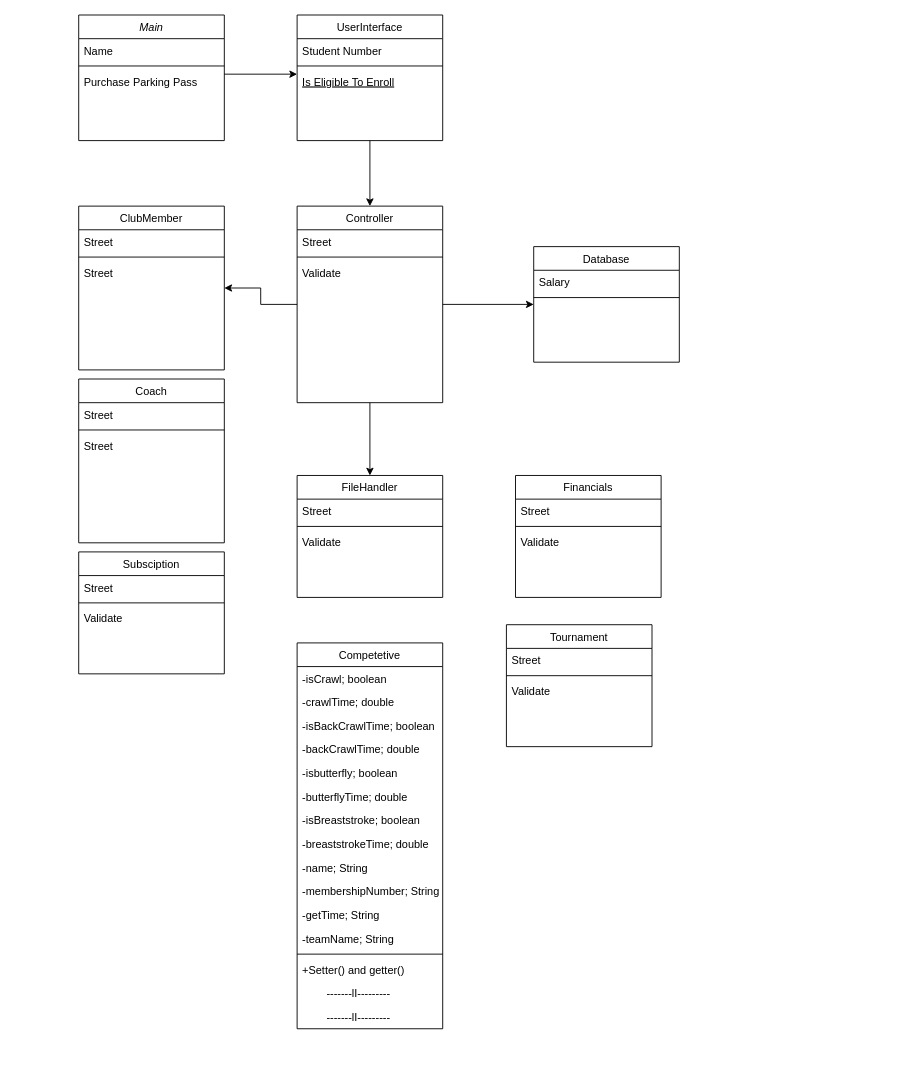
Above: VirksomhedsAnalyser/Delfine Klassediagram.drawio in Mathias-Thomsen/DelfinenProject (draw.io), before the change. Source tidied: cells renumbered, new cells numbered last; positions are measured from the earlier drawing's top-left corner, leaving out a move shared by most shapes. Both pictures are drawn from the tidied source at 91%, with x=0, y=0 at pixel (78, 15).
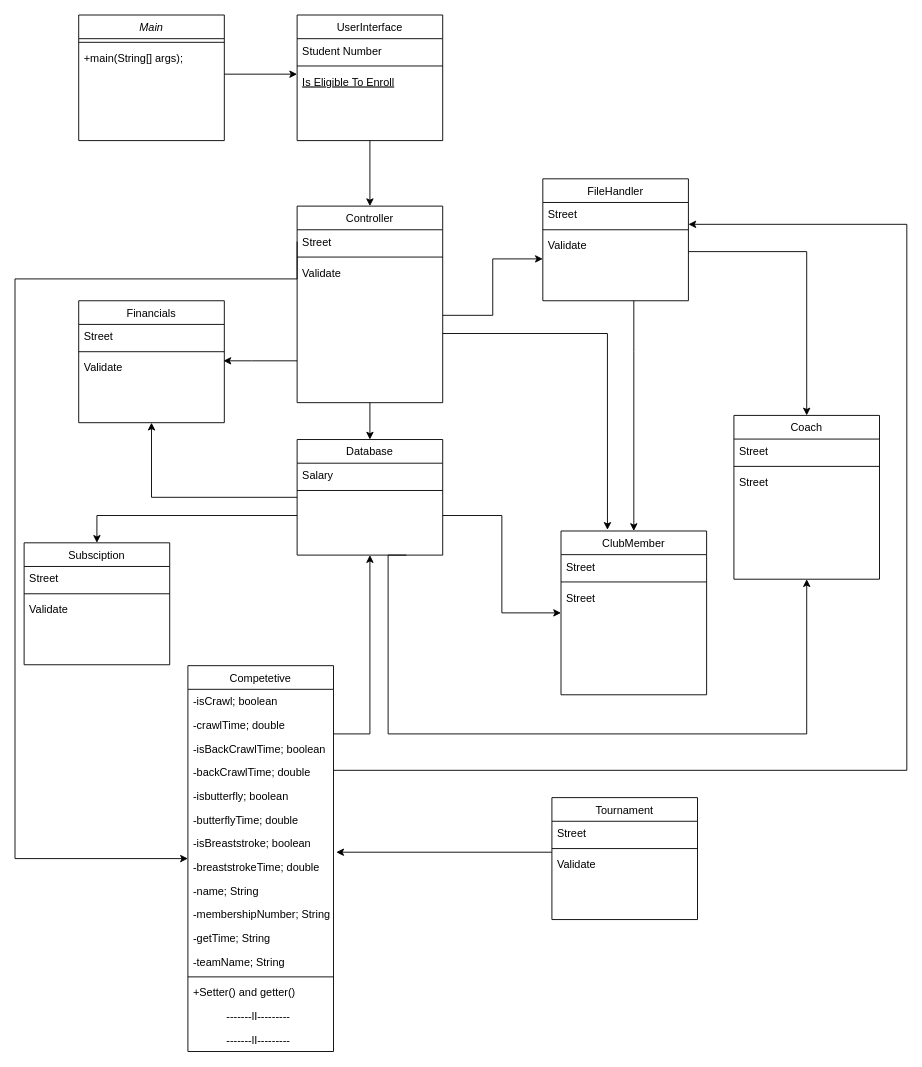
The same diagram, later.

Unchanged cells that the change refers to:
```xml
<mxCell id="2" value="Main" style="swimlane;fontStyle=2;align=center;verticalAlign=top;horizontal=1;startSize=26;rounded=0;shadow=0;strokeWidth=1;" parent="1" vertex="1">
  <mxGeometry width="160" height="138" as="geometry" />
</mxCell>
<mxCell id="17" value="Controller" style="swimlane;fontStyle=0;align=center;verticalAlign=top;horizontal=1;startSize=26;rounded=0;shadow=0;strokeWidth=1;" parent="1" vertex="1">
  <mxGeometry x="240" y="210" width="160" height="216" as="geometry" />
</mxCell>
<mxCell id="18" value="Street" style="text;align=left;verticalAlign=top;spacingLeft=4;spacingRight=4;overflow=hidden;points=[[0,0.5],[1,0.5]];portConstraint=eastwest;" parent="17" vertex="1">
  <mxGeometry y="26" width="160" height="26" as="geometry" />
</mxCell>
<mxCell id="29" value="Validate" style="text;align=left;verticalAlign=top;spacingLeft=4;spacingRight=4;overflow=hidden;points=[[0,0.5],[1,0.5]];portConstraint=eastwest;" parent="26" vertex="1">
  <mxGeometry y="60" width="160" height="26" as="geometry" />
</mxCell>
<mxCell id="33" value="Validate" style="text;align=left;verticalAlign=top;spacingLeft=4;spacingRight=4;overflow=hidden;points=[[0,0.5],[1,0.5]];portConstraint=eastwest;" parent="30" vertex="1">
  <mxGeometry y="60" width="160" height="26" as="geometry" />
</mxCell>
```

The edit, as a diff of the source:
```diff
@@
-    <mxCell id="3" value="Name" style="text;align=left;verticalAlign=top;spacingLeft=4;spacingRight=4;overflow=hidden;" parent="2" vertex="1">
-      <mxGeometry y="26" width="160" height="26" as="geometry" />
-    </mxCell>
     <mxCell id="4" style="line;html=1;strokeWidth=1;align=left;verticalAlign=middle;spacingTop=-1;spacingLeft=3;spacingRight=3;labelPosition=right;" parent="2" vertex="1">
-      <mxGeometry y="52" width="160" height="8" as="geometry" />
+      <mxGeometry y="26" width="160" height="8" as="geometry" />
     </mxCell>
-    <mxCell id="5" value="Purchase Parking Pass" style="text;align=left;verticalAlign=top;spacingLeft=4;spacingRight=4;overflow=hidden;" parent="2" vertex="1">
-      <mxGeometry y="60" width="160" height="26" as="geometry" />
+    <mxCell id="5" value="+main(String[] args);" style="text;align=left;verticalAlign=top;spacingLeft=4;spacingRight=4;overflow=hidden;" parent="2" vertex="1">
+      <mxGeometry y="34" width="160" height="26" as="geometry" />
     </mxCell>
@@
+    <mxCell id="63" style="edgeStyle=orthogonalEdgeStyle;rounded=0;jettySize=auto;html=1;entryX=0;entryY=0.5;entryDx=0;entryDy=0;" parent="1" edge="1" source="11" target="22">
+      <mxGeometry relative="1" as="geometry">
+        <Array as="points">
+          <mxPoint x="465" y="550" />
+          <mxPoint x="465" y="657" />
+        </Array>
+      </mxGeometry>
+    </mxCell>
+    <mxCell id="64" style="edgeStyle=orthogonalEdgeStyle;rounded=0;jettySize=auto;html=1;entryX=0.5;entryY=1;entryDx=0;entryDy=0;exitX=0.75;exitY=1;exitDx=0;exitDy=0;" parent="1" edge="1" source="11" target="59">
+      <mxGeometry relative="1" as="geometry">
+        <Array as="points">
+          <mxPoint x="340" y="594" />
+          <mxPoint x="340" y="790" />
+          <mxPoint x="800" y="790" />
+        </Array>
+      </mxGeometry>
+    </mxCell>
+    <mxCell id="65" style="edgeStyle=orthogonalEdgeStyle;rounded=0;jettySize=auto;html=1;entryX=0.5;entryY=1;entryDx=0;entryDy=0;" parent="1" edge="1" source="11" target="30">
+      <mxGeometry relative="1" as="geometry" />
+    </mxCell>
+    <mxCell id="66" style="edgeStyle=orthogonalEdgeStyle;rounded=0;jettySize=auto;html=1;entryX=0.5;entryY=0;entryDx=0;entryDy=0;" parent="1" edge="1" source="11" target="34">
+      <mxGeometry relative="1" as="geometry">
+        <Array as="points">
+          <mxPoint x="20" y="550" />
+        </Array>
+      </mxGeometry>
+    </mxCell>
     <mxCell id="11" value="Database" style="swimlane;fontStyle=0;align=center;verticalAlign=top;horizontal=1;startSize=26;rounded=0;shadow=0;strokeWidth=1;" parent="1" vertex="1">
-      <mxGeometry x="500" y="254.5" width="160" height="127" as="geometry" />
+      <mxGeometry x="240" y="466.5" width="160" height="127" as="geometry" />
     </mxCell>
@@
+    <mxCell id="67" style="edgeStyle=orthogonalEdgeStyle;rounded=0;jettySize=auto;html=1;entryX=0;entryY=1.077;entryDx=0;entryDy=0;entryPerimeter=0;" parent="1" edge="1" source="17" target="29">
+      <mxGeometry relative="1" as="geometry">
+        <Array as="points">
+          <mxPoint x="455" y="330" />
+          <mxPoint x="455" y="268" />
+        </Array>
+      </mxGeometry>
+    </mxCell>
+    <mxCell id="68" style="edgeStyle=orthogonalEdgeStyle;rounded=0;jettySize=auto;html=1;entryX=0.994;entryY=0.231;entryDx=0;entryDy=0;entryPerimeter=0;" parent="1" edge="1" source="17" target="33">
+      <mxGeometry relative="1" as="geometry">
+        <Array as="points">
+          <mxPoint x="190" y="380" />
+          <mxPoint x="190" y="380" />
+        </Array>
+      </mxGeometry>
+    </mxCell>
+    <mxCell id="69" style="edgeStyle=orthogonalEdgeStyle;rounded=0;jettySize=auto;html=1;exitX=0;exitY=0.5;exitDx=0;exitDy=0;" parent="1" edge="1" source="18" target="38">
+      <mxGeometry relative="1" as="geometry">
+        <Array as="points">
+          <mxPoint x="240" y="290" />
+          <mxPoint x="-70" y="290" />
+          <mxPoint x="-70" y="927" />
+        </Array>
+      </mxGeometry>
+    </mxCell>
-    <mxCell id="14" style="edgeStyle=orthogonalEdgeStyle;rounded=0;jettySize=auto;html=1;" parent="1" edge="1" source="17" target="22">
-      <mxGeometry relative="1" as="geometry" />
+    <mxCell id="14" style="edgeStyle=orthogonalEdgeStyle;rounded=0;jettySize=auto;html=1;entryX=0.319;entryY=-0.007;entryDx=0;entryDy=0;entryPerimeter=0;" parent="1" edge="1" source="17" target="22">
+      <mxGeometry relative="1" as="geometry">
+        <Array as="points">
+          <mxPoint x="581" y="350" />
+        </Array>
+      </mxGeometry>
     </mxCell>
-    <mxCell id="15" style="edgeStyle=orthogonalEdgeStyle;rounded=0;jettySize=auto;html=1;" parent="1" edge="1" source="17" target="26">
-      <mxGeometry relative="1" as="geometry" />
-    </mxCell>
-    <mxCell id="16" style="edgeStyle=orthogonalEdgeStyle;rounded=0;jettySize=auto;html=1;entryX=0;entryY=0.5;entryDx=0;entryDy=0;" parent="1" edge="1" source="17" target="11">
+    <mxCell id="16" style="edgeStyle=orthogonalEdgeStyle;rounded=0;jettySize=auto;html=1;entryX=0.5;entryY=0;entryDx=0;entryDy=0;" parent="1" edge="1" source="17" target="11">
       <mxGeometry relative="1" as="geometry" />
     </mxCell>
@@
     <mxCell id="22" value="ClubMember" style="swimlane;fontStyle=0;align=center;verticalAlign=top;horizontal=1;startSize=26;rounded=0;shadow=0;strokeWidth=1;" parent="1" vertex="1">
-      <mxGeometry y="210" width="160" height="180" as="geometry" />
+      <mxGeometry x="530" y="567" width="160" height="180" as="geometry" />
     </mxCell>
@@
+    <mxCell id="70" style="edgeStyle=orthogonalEdgeStyle;rounded=0;jettySize=auto;html=1;entryX=0.5;entryY=0;entryDx=0;entryDy=0;" parent="1" edge="1" source="26" target="59">
+      <mxGeometry relative="1" as="geometry">
+        <Array as="points">
+          <mxPoint x="800" y="260" />
+        </Array>
+      </mxGeometry>
+    </mxCell>
+    <mxCell id="71" style="edgeStyle=orthogonalEdgeStyle;rounded=0;jettySize=auto;html=1;entryX=0.5;entryY=0;entryDx=0;entryDy=0;" parent="1" edge="1" source="26" target="22">
+      <mxGeometry relative="1" as="geometry">
+        <Array as="points">
+          <mxPoint x="610" y="370" />
+          <mxPoint x="610" y="370" />
+        </Array>
+      </mxGeometry>
+    </mxCell>
     <mxCell id="26" value="FileHandler" style="swimlane;fontStyle=0;align=center;verticalAlign=top;horizontal=1;startSize=26;rounded=0;shadow=0;strokeWidth=1;" parent="1" vertex="1">
-      <mxGeometry x="240" y="506" width="160" height="134" as="geometry" />
+      <mxGeometry x="510" y="180" width="160" height="134" as="geometry" />
     </mxCell>
@@
     <mxCell id="30" value="Financials" style="swimlane;fontStyle=0;align=center;verticalAlign=top;horizontal=1;startSize=26;rounded=0;shadow=0;strokeWidth=1;" parent="1" vertex="1">
-      <mxGeometry x="480" y="506" width="160" height="134" as="geometry" />
+      <mxGeometry y="314" width="160" height="134" as="geometry" />
     </mxCell>
@@
     <mxCell id="34" value="Subsciption" style="swimlane;fontStyle=0;align=center;verticalAlign=top;horizontal=1;startSize=26;rounded=0;shadow=0;strokeWidth=1;" parent="1" vertex="1">
-      <mxGeometry y="590" width="160" height="134" as="geometry" />
+      <mxGeometry x="-60" y="580" width="160" height="134" as="geometry" />
     </mxCell>
@@
+    <mxCell id="72" style="edgeStyle=orthogonalEdgeStyle;rounded=0;jettySize=auto;html=1;entryX=0.5;entryY=1;entryDx=0;entryDy=0;" parent="1" edge="1" source="38" target="11">
+      <mxGeometry relative="1" as="geometry">
+        <Array as="points">
+          <mxPoint x="320" y="790" />
+        </Array>
+      </mxGeometry>
+    </mxCell>
     <mxCell id="38" value="Competetive" style="swimlane;fontStyle=0;align=center;verticalAlign=top;horizontal=1;startSize=26;rounded=0;shadow=0;strokeWidth=1;" parent="1" vertex="1">
-      <mxGeometry x="240" y="690" width="160" height="424" as="geometry" />
+      <mxGeometry x="120" y="715" width="160" height="424" as="geometry" />
     </mxCell>
@@
-    <mxCell id="53" value="        -------lI---------" style="text;align=left;verticalAlign=top;spacingLeft=4;spacingRight=4;overflow=hidden;fontStyle=0;" parent="38" vertex="1">
+    <mxCell id="53" value="           -------lI---------" style="text;align=left;verticalAlign=top;spacingLeft=4;spacingRight=4;overflow=hidden;fontStyle=0;" parent="38" vertex="1">
       <mxGeometry y="372" width="160" height="26" as="geometry" />
     </mxCell>
-    <mxCell id="54" value="        -------lI---------" style="text;align=left;verticalAlign=top;spacingLeft=4;spacingRight=4;overflow=hidden;fontStyle=0;" parent="38" vertex="1">
+    <mxCell id="54" value="           -------lI---------" style="text;align=left;verticalAlign=top;spacingLeft=4;spacingRight=4;overflow=hidden;fontStyle=0;" parent="38" vertex="1">
       <mxGeometry y="398" width="160" height="26" as="geometry" />
     </mxCell>
+    <mxCell id="73" style="edgeStyle=orthogonalEdgeStyle;rounded=0;jettySize=auto;html=1;" parent="1" edge="1" source="55">
+      <mxGeometry relative="1" as="geometry">
+        <mxPoint x="283" y="920" as="targetPoint" />
+        <Array as="points">
+          <mxPoint x="283" y="920" />
+        </Array>
+      </mxGeometry>
+    </mxCell>
     <mxCell id="55" value="Tournament" style="swimlane;fontStyle=0;align=center;verticalAlign=top;horizontal=1;startSize=26;rounded=0;shadow=0;strokeWidth=1;" parent="1" vertex="1">
-      <mxGeometry x="470" y="670" width="160" height="134" as="geometry" />
+      <mxGeometry x="520" y="860" width="160" height="134" as="geometry" />
     </mxCell>
@@
     <mxCell id="59" value="Coach" style="swimlane;fontStyle=0;align=center;verticalAlign=top;horizontal=1;startSize=26;rounded=0;shadow=0;strokeWidth=1;" parent="1" vertex="1">
-      <mxGeometry y="400" width="160" height="180" as="geometry" />
+      <mxGeometry x="720" y="440" width="160" height="180" as="geometry" />
     </mxCell>
@@
+    <mxCell id="74" style="edgeStyle=orthogonalEdgeStyle;rounded=0;orthogonalLoop=1;jettySize=auto;html=1;" parent="1" edge="1">
+      <mxGeometry relative="1" as="geometry">
+        <mxPoint x="280" y="830" as="sourcePoint" />
+        <mxPoint x="670" y="230" as="targetPoint" />
+        <Array as="points">
+          <mxPoint x="910" y="830" />
+          <mxPoint x="910" y="230" />
+          <mxPoint x="670" y="230" />
+        </Array>
+      </mxGeometry>
+    </mxCell>
```
